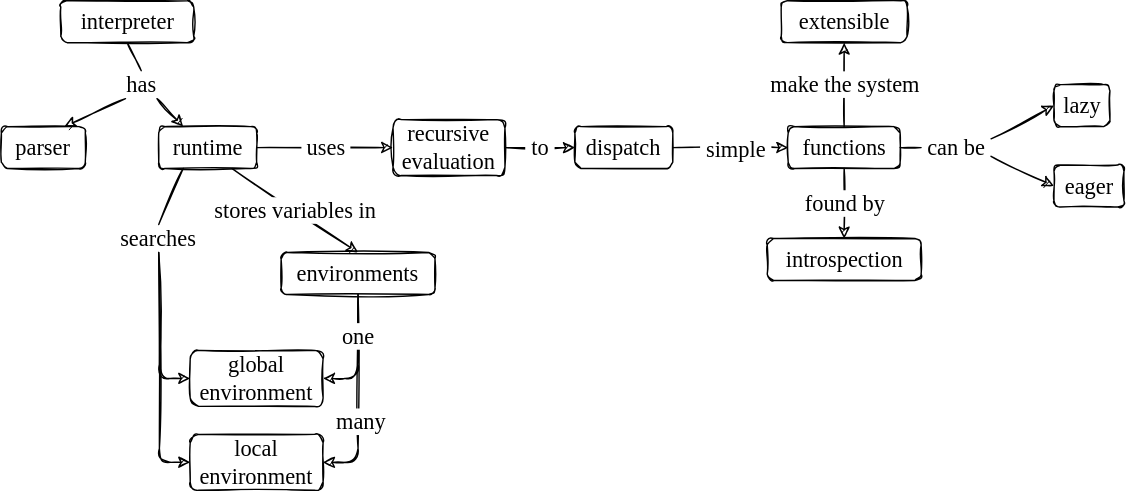
gvwilson/thirdbit keeps this draw.io diagram as sdxpy/interpreter/interpreter_concept_map.svg. Above is the earlier version. Source tidied: cells renumbered, new cells last; positions are measured from the earlier drawing's top-left corner, leaving out a move shared by most shapes.
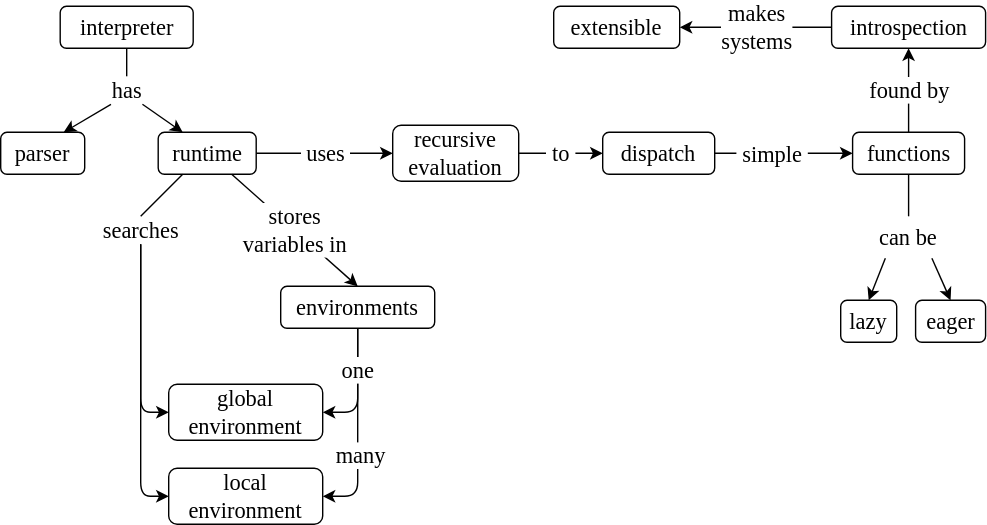
After the change.

Commit message:
Slides for interpreter chapter

The edit, as a diff of the source:
```diff
@@ -2,127 +2,127 @@
   <root>
     <mxCell id="0" />
     <mxCell id="1" parent="0" />
-    <mxCell id="2" value="parser" style="text;html=1;strokeColor=default;fillColor=none;align=center;verticalAlign=middle;whiteSpace=wrap;rounded=1;sketch=1;hachureGap=4;fontFamily=Comic Sans MS;fontSize=16;" parent="1" vertex="1">
-      <mxGeometry y="90" width="60" height="30" as="geometry" />
+    <mxCell id="2" value="parser" style="text;html=1;strokeColor=default;fillColor=none;align=center;verticalAlign=middle;whiteSpace=wrap;rounded=1;sketch=0;hachureGap=4;fontFamily=Verdana;fontSize=16;" parent="1" vertex="1">
+      <mxGeometry x="-100" y="30" width="60" height="30" as="geometry" />
     </mxCell>
-    <mxCell id="3" value="runtime" style="text;html=1;strokeColor=default;fillColor=none;align=center;verticalAlign=middle;whiteSpace=wrap;rounded=1;sketch=1;hachureGap=4;fontFamily=Comic Sans MS;fontSize=16;" parent="1" vertex="1">
-      <mxGeometry x="112.5" y="90" width="70" height="30" as="geometry" />
+    <mxCell id="3" value="runtime" style="text;html=1;strokeColor=default;fillColor=none;align=center;verticalAlign=middle;whiteSpace=wrap;rounded=1;sketch=0;hachureGap=4;fontFamily=Verdana;fontSize=16;" parent="1" vertex="1">
+      <mxGeometry x="12.5" y="30" width="70" height="30" as="geometry" />
     </mxCell>
-    <mxCell id="4" value="interpreter" style="text;html=1;strokeColor=default;fillColor=none;align=center;verticalAlign=middle;whiteSpace=wrap;rounded=1;sketch=1;hachureGap=4;fontFamily=Comic Sans MS;fontSize=16;" parent="1" vertex="1">
-      <mxGeometry x="42.5" width="95" height="30" as="geometry" />
+    <mxCell id="4" value="interpreter" style="text;html=1;strokeColor=default;fillColor=none;align=center;verticalAlign=middle;whiteSpace=wrap;rounded=1;sketch=0;hachureGap=4;fontFamily=Verdana;fontSize=16;" parent="1" vertex="1">
+      <mxGeometry x="-57.5" y="-60" width="95" height="30" as="geometry" />
     </mxCell>
-    <mxCell id="5" value="recursive evaluation" style="text;html=1;strokeColor=default;fillColor=none;align=center;verticalAlign=middle;whiteSpace=wrap;rounded=1;sketch=1;hachureGap=4;fontFamily=Comic Sans MS;fontSize=16;" parent="1" vertex="1">
-      <mxGeometry x="280" y="85" width="80" height="40" as="geometry" />
+    <mxCell id="5" value="recursive evaluation" style="text;html=1;strokeColor=default;fillColor=none;align=center;verticalAlign=middle;whiteSpace=wrap;rounded=1;sketch=0;hachureGap=4;fontFamily=Verdana;fontSize=16;" parent="1" vertex="1">
+      <mxGeometry x="180" y="25" width="90" height="40" as="geometry" />
     </mxCell>
-    <mxCell id="6" value="dispatch" style="text;html=1;strokeColor=default;fillColor=none;align=center;verticalAlign=middle;whiteSpace=wrap;rounded=1;sketch=1;hachureGap=4;fontFamily=Comic Sans MS;fontSize=16;" parent="1" vertex="1">
-      <mxGeometry x="410" y="90" width="70" height="30" as="geometry" />
+    <mxCell id="6" value="dispatch" style="text;html=1;strokeColor=default;fillColor=none;align=center;verticalAlign=middle;whiteSpace=wrap;rounded=1;sketch=0;hachureGap=4;fontFamily=Verdana;fontSize=16;" parent="1" vertex="1">
+      <mxGeometry x="330" y="30" width="80" height="30" as="geometry" />
     </mxCell>
-    <mxCell id="7" value="environments" style="text;html=1;strokeColor=default;fillColor=none;align=center;verticalAlign=middle;whiteSpace=wrap;rounded=1;sketch=1;hachureGap=4;fontFamily=Comic Sans MS;fontSize=16;" parent="1" vertex="1">
-      <mxGeometry x="200" y="180" width="110" height="30" as="geometry" />
+    <mxCell id="7" value="environments" style="text;html=1;strokeColor=default;fillColor=none;align=center;verticalAlign=middle;whiteSpace=wrap;rounded=1;sketch=0;hachureGap=4;fontFamily=Verdana;fontSize=16;" parent="1" vertex="1">
+      <mxGeometry x="100" y="140" width="110" height="30" as="geometry" />
     </mxCell>
-    <mxCell id="8" value="global environment" style="text;html=1;strokeColor=default;fillColor=none;align=center;verticalAlign=middle;whiteSpace=wrap;rounded=1;sketch=1;hachureGap=4;fontFamily=Comic Sans MS;fontSize=16;" parent="1" vertex="1">
-      <mxGeometry x="135" y="250" width="95" height="40" as="geometry" />
+    <mxCell id="8" value="global environment" style="text;html=1;strokeColor=default;fillColor=none;align=center;verticalAlign=middle;whiteSpace=wrap;rounded=1;sketch=0;hachureGap=4;fontFamily=Verdana;fontSize=16;" parent="1" vertex="1">
+      <mxGeometry x="20" y="210" width="110" height="40" as="geometry" />
     </mxCell>
-    <mxCell id="9" value="local environment" style="text;html=1;strokeColor=default;fillColor=none;align=center;verticalAlign=middle;whiteSpace=wrap;rounded=1;sketch=1;hachureGap=4;fontFamily=Comic Sans MS;fontSize=16;" parent="1" vertex="1">
-      <mxGeometry x="135" y="310" width="95" height="40" as="geometry" />
+    <mxCell id="9" value="local environment" style="text;html=1;strokeColor=default;fillColor=none;align=center;verticalAlign=middle;whiteSpace=wrap;rounded=1;sketch=0;hachureGap=4;fontFamily=Verdana;fontSize=16;" parent="1" vertex="1">
+      <mxGeometry x="20" y="270" width="110" height="40" as="geometry" />
     </mxCell>
-    <mxCell id="10" value="introspection" style="text;html=1;strokeColor=default;fillColor=none;align=center;verticalAlign=middle;whiteSpace=wrap;rounded=1;sketch=1;hachureGap=4;fontFamily=Comic Sans MS;fontSize=16;" parent="1" vertex="1">
-      <mxGeometry x="547.5" y="170" width="110" height="30" as="geometry" />
+    <mxCell id="10" value="introspection" style="text;html=1;strokeColor=default;fillColor=none;align=center;verticalAlign=middle;whiteSpace=wrap;rounded=1;sketch=0;hachureGap=4;fontFamily=Verdana;fontSize=16;" parent="1" vertex="1">
+      <mxGeometry x="493.5" y="-60" width="110" height="30" as="geometry" />
     </mxCell>
-    <mxCell id="11" value="functions" style="text;html=1;strokeColor=default;fillColor=none;align=center;verticalAlign=middle;whiteSpace=wrap;rounded=1;sketch=1;hachureGap=4;fontFamily=Comic Sans MS;fontSize=16;" parent="1" vertex="1">
-      <mxGeometry x="562.5" y="90" width="80" height="30" as="geometry" />
+    <mxCell id="11" value="functions" style="text;html=1;strokeColor=default;fillColor=none;align=center;verticalAlign=middle;whiteSpace=wrap;rounded=1;sketch=0;hachureGap=4;fontFamily=Verdana;fontSize=16;" parent="1" vertex="1">
+      <mxGeometry x="508.5" y="30" width="80" height="30" as="geometry" />
     </mxCell>
-    <mxCell id="12" value="lazy" style="text;html=1;strokeColor=default;fillColor=none;align=center;verticalAlign=middle;whiteSpace=wrap;rounded=1;sketch=1;hachureGap=4;fontFamily=Comic Sans MS;fontSize=16;" parent="1" vertex="1">
-      <mxGeometry x="752.5" y="60" width="40" height="30" as="geometry" />
+    <mxCell id="12" value="lazy" style="text;html=1;strokeColor=default;fillColor=none;align=center;verticalAlign=middle;whiteSpace=wrap;rounded=1;sketch=0;hachureGap=4;fontFamily=Verdana;fontSize=16;" parent="1" vertex="1">
+      <mxGeometry x="500" y="150" width="40" height="30" as="geometry" />
     </mxCell>
-    <mxCell id="13" value="eager" style="text;html=1;strokeColor=default;fillColor=none;align=center;verticalAlign=middle;whiteSpace=wrap;rounded=1;sketch=1;hachureGap=4;fontFamily=Comic Sans MS;fontSize=16;" parent="1" vertex="1">
-      <mxGeometry x="752.5" y="117.5" width="50" height="30" as="geometry" />
+    <mxCell id="13" value="eager" style="text;html=1;strokeColor=default;fillColor=none;align=center;verticalAlign=middle;whiteSpace=wrap;rounded=1;sketch=0;hachureGap=4;fontFamily=Verdana;fontSize=16;" parent="1" vertex="1">
+      <mxGeometry x="553.5" y="150" width="50" height="30" as="geometry" />
     </mxCell>
-    <mxCell id="14" value="extensible" style="text;html=1;strokeColor=default;fillColor=none;align=center;verticalAlign=middle;whiteSpace=wrap;rounded=1;sketch=1;hachureGap=4;fontFamily=Comic Sans MS;fontSize=16;" parent="1" vertex="1">
-      <mxGeometry x="557.5" width="90" height="30" as="geometry" />
+    <mxCell id="14" value="extensible" style="text;html=1;strokeColor=default;fillColor=none;align=center;verticalAlign=middle;whiteSpace=wrap;rounded=1;sketch=0;hachureGap=4;fontFamily=Verdana;fontSize=16;" parent="1" vertex="1">
+      <mxGeometry x="295" y="-60" width="90" height="30" as="geometry" />
     </mxCell>
-    <mxCell id="15" value="has" style="text;html=1;strokeColor=none;fillColor=none;align=center;verticalAlign=middle;whiteSpace=wrap;rounded=0;sketch=1;hachureGap=4;fontFamily=Comic Sans MS;fontSize=16;" parent="1" vertex="1">
-      <mxGeometry x="77.5" y="50" width="45" height="20" as="geometry" />
+    <mxCell id="15" value="has" style="text;html=1;strokeColor=none;fillColor=none;align=center;verticalAlign=middle;whiteSpace=wrap;rounded=0;sketch=1;hachureGap=4;fontFamily=Verdana;fontSize=16;" parent="1" vertex="1">
+      <mxGeometry x="-32.5" y="-10" width="45" height="20" as="geometry" />
     </mxCell>
-    <mxCell id="16" style="endArrow=none;html=1;rounded=1;sketch=1;hachureGap=4;fontFamily=Comic Sans MS;fontSize=16;sourcePerimeterSpacing=8;targetPerimeterSpacing=8;entryX=0.5;entryY=1;entryDx=0;entryDy=0;exitX=0.5;exitY=0;exitDx=0;exitDy=0;" parent="1" edge="1" source="15" target="4">
+    <mxCell id="16" style="endArrow=none;html=1;rounded=1;sketch=0;hachureGap=4;fontFamily=Verdana;fontSize=16;sourcePerimeterSpacing=8;targetPerimeterSpacing=8;entryX=0.5;entryY=1;entryDx=0;entryDy=0;exitX=0.5;exitY=0;exitDx=0;exitDy=0;" parent="1" edge="1" source="15" target="4">
       <mxGeometry relative="1" as="geometry" />
     </mxCell>
-    <mxCell id="17" style="endArrow=classic;html=1;rounded=1;sketch=1;hachureGap=4;fontFamily=Comic Sans MS;fontSize=16;sourcePerimeterSpacing=8;targetPerimeterSpacing=8;exitX=0.25;exitY=1;exitDx=0;exitDy=0;entryX=0.75;entryY=0;entryDx=0;entryDy=0;" parent="1" edge="1" source="15" target="2">
+    <mxCell id="17" style="endArrow=classic;html=1;rounded=1;sketch=0;hachureGap=4;fontFamily=Verdana;fontSize=16;sourcePerimeterSpacing=8;targetPerimeterSpacing=8;exitX=0.25;exitY=1;exitDx=0;exitDy=0;entryX=0.75;entryY=0;entryDx=0;entryDy=0;" parent="1" edge="1" source="15" target="2">
       <mxGeometry relative="1" as="geometry" />
     </mxCell>
-    <mxCell id="18" style="endArrow=classic;html=1;rounded=1;sketch=1;hachureGap=4;fontFamily=Comic Sans MS;fontSize=16;sourcePerimeterSpacing=8;targetPerimeterSpacing=8;entryX=0.25;entryY=0;entryDx=0;entryDy=0;exitX=0.75;exitY=1;exitDx=0;exitDy=0;" parent="1" edge="1" source="15" target="3">
+    <mxCell id="18" style="endArrow=classic;html=1;rounded=1;sketch=0;hachureGap=4;fontFamily=Verdana;fontSize=16;sourcePerimeterSpacing=8;targetPerimeterSpacing=8;entryX=0.25;entryY=0;entryDx=0;entryDy=0;exitX=0.75;exitY=1;exitDx=0;exitDy=0;" parent="1" edge="1" source="15" target="3">
       <mxGeometry relative="1" as="geometry" />
     </mxCell>
-    <mxCell id="19" value="&amp;nbsp;uses&amp;nbsp;" style="endArrow=classic;html=1;rounded=1;sketch=1;hachureGap=4;fontFamily=Comic Sans MS;fontSize=16;sourcePerimeterSpacing=8;targetPerimeterSpacing=8;exitX=1;exitY=0.5;exitDx=0;exitDy=0;entryX=0;entryY=0.5;entryDx=0;entryDy=0;" parent="1" edge="1" source="3" target="5">
+    <mxCell id="19" value="&amp;nbsp;uses&amp;nbsp;" style="endArrow=classic;html=1;rounded=1;sketch=0;hachureGap=4;fontFamily=Verdana;fontSize=16;sourcePerimeterSpacing=8;targetPerimeterSpacing=8;exitX=1;exitY=0.5;exitDx=0;exitDy=0;entryX=0;entryY=0.5;entryDx=0;entryDy=0;" parent="1" edge="1" source="3" target="5">
       <mxGeometry relative="1" as="geometry" />
     </mxCell>
-    <mxCell id="20" value="stores variables in" style="endArrow=classic;html=1;rounded=1;sketch=1;hachureGap=4;fontFamily=Comic Sans MS;fontSize=16;sourcePerimeterSpacing=8;targetPerimeterSpacing=8;exitX=0.75;exitY=1;exitDx=0;exitDy=0;entryX=0.5;entryY=0;entryDx=0;entryDy=0;" parent="1" edge="1" source="3" target="7">
+    <mxCell id="20" value="stores&lt;br&gt;variables in" style="endArrow=classic;html=1;rounded=1;sketch=0;hachureGap=4;fontFamily=Verdana;fontSize=16;sourcePerimeterSpacing=8;targetPerimeterSpacing=8;exitX=0.75;exitY=1;exitDx=0;exitDy=0;entryX=0.5;entryY=0;entryDx=0;entryDy=0;" parent="1" edge="1" source="3" target="7">
       <mxGeometry relative="1" as="geometry" />
     </mxCell>
-    <mxCell id="21" value="can be" style="text;html=1;strokeColor=none;fillColor=none;align=center;verticalAlign=middle;whiteSpace=wrap;rounded=0;sketch=1;hachureGap=4;fontFamily=Comic Sans MS;fontSize=16;" parent="1" vertex="1">
-      <mxGeometry x="657.5" y="92.5" width="50" height="25" as="geometry" />
+    <mxCell id="21" value="can be" style="text;html=1;strokeColor=none;fillColor=none;align=center;verticalAlign=middle;whiteSpace=wrap;rounded=0;sketch=1;hachureGap=4;fontFamily=Verdana;fontSize=16;" parent="1" vertex="1">
+      <mxGeometry x="515.2" y="90" width="66.5" height="30" as="geometry" />
     </mxCell>
-    <mxCell id="22" style="endArrow=classic;html=1;rounded=1;sketch=1;hachureGap=4;fontFamily=Comic Sans MS;fontSize=16;sourcePerimeterSpacing=8;targetPerimeterSpacing=8;entryX=0;entryY=0.5;entryDx=0;entryDy=0;exitX=1;exitY=0.25;exitDx=0;exitDy=0;" parent="1" edge="1" source="21" target="12">
+    <mxCell id="22" style="endArrow=classic;html=1;rounded=1;sketch=0;hachureGap=4;fontFamily=Verdana;fontSize=16;sourcePerimeterSpacing=8;targetPerimeterSpacing=8;entryX=0.5;entryY=0;entryDx=0;entryDy=0;exitX=0.25;exitY=1;exitDx=0;exitDy=0;" parent="1" edge="1" source="21" target="12">
       <mxGeometry relative="1" as="geometry" />
     </mxCell>
-    <mxCell id="23" style="endArrow=classic;html=1;rounded=1;sketch=1;hachureGap=4;fontFamily=Comic Sans MS;fontSize=16;sourcePerimeterSpacing=8;targetPerimeterSpacing=8;entryX=0;entryY=0.5;entryDx=0;entryDy=0;exitX=1;exitY=0.75;exitDx=0;exitDy=0;" parent="1" edge="1" source="21" target="13">
+    <mxCell id="23" style="endArrow=classic;html=1;rounded=1;sketch=0;hachureGap=4;fontFamily=Verdana;fontSize=16;sourcePerimeterSpacing=8;targetPerimeterSpacing=8;entryX=0.5;entryY=0;entryDx=0;entryDy=0;exitX=0.75;exitY=1;exitDx=0;exitDy=0;" parent="1" edge="1" source="21" target="13">
       <mxGeometry relative="1" as="geometry" />
     </mxCell>
-    <mxCell id="24" value="found by" style="endArrow=classic;html=1;rounded=1;sketch=1;hachureGap=4;fontFamily=Comic Sans MS;fontSize=16;sourcePerimeterSpacing=8;targetPerimeterSpacing=8;exitX=0.5;exitY=1;exitDx=0;exitDy=0;entryX=0.5;entryY=0;entryDx=0;entryDy=0;" parent="1" edge="1" source="11" target="10">
+    <mxCell id="24" value="found by" style="endArrow=classic;html=1;rounded=1;sketch=0;hachureGap=4;fontFamily=Verdana;fontSize=16;sourcePerimeterSpacing=8;targetPerimeterSpacing=8;exitX=0.5;exitY=0;exitDx=0;exitDy=0;entryX=0.5;entryY=1;entryDx=0;entryDy=0;" parent="1" edge="1" source="11" target="10">
       <mxGeometry relative="1" as="geometry" />
     </mxCell>
-    <mxCell id="25" value="searches" style="text;html=1;strokeColor=none;fillColor=none;align=center;verticalAlign=middle;whiteSpace=wrap;rounded=0;sketch=1;hachureGap=4;fontFamily=Comic Sans MS;fontSize=16;" parent="1" vertex="1">
-      <mxGeometry x="80" y="160" width="65" height="20" as="geometry" />
+    <mxCell id="25" value="searches" style="text;html=1;strokeColor=none;fillColor=none;align=center;verticalAlign=middle;whiteSpace=wrap;rounded=0;sketch=1;hachureGap=4;fontFamily=Verdana;fontSize=16;" parent="1" vertex="1">
+      <mxGeometry x="-32.5" y="90" width="65" height="20" as="geometry" />
     </mxCell>
-    <mxCell id="26" style="endArrow=none;html=1;rounded=1;sketch=1;hachureGap=4;fontFamily=Comic Sans MS;fontSize=16;sourcePerimeterSpacing=8;targetPerimeterSpacing=8;entryX=0.25;entryY=1;entryDx=0;entryDy=0;exitX=0.5;exitY=0;exitDx=0;exitDy=0;" parent="1" edge="1" source="25" target="3">
+    <mxCell id="26" style="endArrow=none;html=1;rounded=1;sketch=0;hachureGap=4;fontFamily=Verdana;fontSize=16;sourcePerimeterSpacing=8;targetPerimeterSpacing=8;entryX=0.25;entryY=1;entryDx=0;entryDy=0;exitX=0.5;exitY=0;exitDx=0;exitDy=0;" parent="1" edge="1" source="25" target="3">
       <mxGeometry relative="1" as="geometry" />
     </mxCell>
-    <mxCell id="27" style="endArrow=classic;html=1;rounded=1;sketch=1;hachureGap=4;fontFamily=Comic Sans MS;fontSize=16;sourcePerimeterSpacing=8;targetPerimeterSpacing=8;entryX=0;entryY=0.5;entryDx=0;entryDy=0;exitX=0.5;exitY=1;exitDx=0;exitDy=0;" parent="1" edge="1" source="25" target="8">
+    <mxCell id="27" style="endArrow=classic;html=1;rounded=1;sketch=0;hachureGap=4;fontFamily=Verdana;fontSize=16;sourcePerimeterSpacing=8;targetPerimeterSpacing=8;entryX=0;entryY=0.5;entryDx=0;entryDy=0;exitX=0.5;exitY=1;exitDx=0;exitDy=0;" parent="1" edge="1" source="25" target="8">
       <mxGeometry relative="1" as="geometry">
         <Array as="points">
-          <mxPoint x="113" y="270" />
+          <mxPoint y="230" />
         </Array>
       </mxGeometry>
     </mxCell>
-    <mxCell id="28" style="endArrow=classic;html=1;rounded=1;sketch=1;hachureGap=4;fontFamily=Comic Sans MS;fontSize=16;sourcePerimeterSpacing=8;targetPerimeterSpacing=8;exitX=0.5;exitY=1;exitDx=0;exitDy=0;entryX=0;entryY=0.5;entryDx=0;entryDy=0;" parent="1" edge="1" source="25" target="9">
+    <mxCell id="28" style="endArrow=classic;html=1;rounded=1;sketch=0;hachureGap=4;fontFamily=Verdana;fontSize=16;sourcePerimeterSpacing=8;targetPerimeterSpacing=8;exitX=0.5;exitY=1;exitDx=0;exitDy=0;entryX=0;entryY=0.5;entryDx=0;entryDy=0;" parent="1" edge="1" source="25" target="9">
       <mxGeometry relative="1" as="geometry">
         <Array as="points">
-          <mxPoint x="113" y="330" />
+          <mxPoint y="290" />
         </Array>
       </mxGeometry>
     </mxCell>
-    <mxCell id="29" style="endArrow=classic;html=1;rounded=1;sketch=1;hachureGap=4;fontFamily=Comic Sans MS;fontSize=16;sourcePerimeterSpacing=8;targetPerimeterSpacing=8;exitX=0.5;exitY=1;exitDx=0;exitDy=0;entryX=1;entryY=0.5;entryDx=0;entryDy=0;" parent="1" edge="1" source="7" target="9">
+    <mxCell id="29" style="endArrow=classic;html=1;rounded=1;sketch=0;hachureGap=4;fontFamily=Verdana;fontSize=16;sourcePerimeterSpacing=8;targetPerimeterSpacing=8;exitX=0.5;exitY=1;exitDx=0;exitDy=0;entryX=1;entryY=0.5;entryDx=0;entryDy=0;" parent="1" edge="1" source="7" target="9">
       <mxGeometry relative="1" as="geometry">
         <Array as="points">
-          <mxPoint x="255" y="330" />
+          <mxPoint x="155" y="290" />
         </Array>
       </mxGeometry>
     </mxCell>
-    <mxCell id="30" value="many" style="edgeLabel;html=1;align=center;verticalAlign=middle;fontSize=16;fontFamily=Comic Sans MS;" parent="29" vertex="1">
+    <mxCell id="30" value="many" style="edgeLabel;html=1;align=center;verticalAlign=middle;fontSize=16;fontFamily=Verdana;" parent="29" vertex="1">
       <mxGeometry x="0.24" y="1" relative="1" as="geometry" />
     </mxCell>
-    <mxCell id="31" value="one" style="endArrow=classic;html=1;rounded=1;sketch=1;hachureGap=4;fontFamily=Comic Sans MS;fontSize=16;sourcePerimeterSpacing=8;targetPerimeterSpacing=8;entryX=1;entryY=0.5;entryDx=0;entryDy=0;exitX=0.5;exitY=1;exitDx=0;exitDy=0;" parent="1" edge="1" source="7" target="8">
+    <mxCell id="31" value="one" style="endArrow=classic;html=1;rounded=1;sketch=0;hachureGap=4;fontFamily=Verdana;fontSize=16;sourcePerimeterSpacing=8;targetPerimeterSpacing=8;entryX=1;entryY=0.5;entryDx=0;entryDy=0;exitX=0.5;exitY=1;exitDx=0;exitDy=0;" parent="1" edge="1" source="7" target="8">
       <mxGeometry x="-0.29" relative="1" as="geometry">
         <Array as="points">
-          <mxPoint x="255" y="270" />
+          <mxPoint x="155" y="230" />
         </Array>
       </mxGeometry>
     </mxCell>
-    <mxCell id="32" value="&amp;nbsp;to&amp;nbsp;" style="endArrow=classic;html=1;rounded=1;sketch=1;hachureGap=4;fontFamily=Comic Sans MS;fontSize=16;sourcePerimeterSpacing=8;targetPerimeterSpacing=8;exitX=1;exitY=0.5;exitDx=0;exitDy=0;entryX=0;entryY=0.5;entryDx=0;entryDy=0;" parent="1" edge="1" source="5" target="6">
+    <mxCell id="32" value="&amp;nbsp;to&amp;nbsp;" style="endArrow=classic;html=1;rounded=1;sketch=0;hachureGap=4;fontFamily=Verdana;fontSize=16;sourcePerimeterSpacing=8;targetPerimeterSpacing=8;exitX=1;exitY=0.5;exitDx=0;exitDy=0;entryX=0;entryY=0.5;entryDx=0;entryDy=0;" parent="1" edge="1" source="5" target="6">
       <mxGeometry relative="1" as="geometry" />
     </mxCell>
-    <mxCell id="33" style="endArrow=none;html=1;rounded=1;sketch=1;hachureGap=4;fontFamily=Comic Sans MS;fontSize=16;sourcePerimeterSpacing=8;targetPerimeterSpacing=8;entryX=0;entryY=0.5;entryDx=0;entryDy=0;exitX=1;exitY=0.5;exitDx=0;exitDy=0;" parent="1" edge="1" source="11" target="21">
+    <mxCell id="33" style="endArrow=none;html=1;rounded=1;sketch=0;hachureGap=4;fontFamily=Verdana;fontSize=16;sourcePerimeterSpacing=8;targetPerimeterSpacing=8;entryX=0.5;entryY=0;entryDx=0;entryDy=0;exitX=0.5;exitY=1;exitDx=0;exitDy=0;" parent="1" edge="1" source="11" target="21">
       <mxGeometry relative="1" as="geometry" />
     </mxCell>
-    <mxCell id="34" style="endArrow=classic;html=1;rounded=1;sketch=1;hachureGap=4;fontFamily=Comic Sans MS;fontSize=16;sourcePerimeterSpacing=8;targetPerimeterSpacing=8;entryX=0;entryY=0.5;entryDx=0;entryDy=0;exitX=1;exitY=0.5;exitDx=0;exitDy=0;" parent="1" edge="1" source="6" target="11">
+    <mxCell id="34" style="endArrow=classic;html=1;rounded=1;sketch=0;hachureGap=4;fontFamily=Verdana;fontSize=16;sourcePerimeterSpacing=8;targetPerimeterSpacing=8;entryX=0;entryY=0.5;entryDx=0;entryDy=0;exitX=1;exitY=0.5;exitDx=0;exitDy=0;" parent="1" edge="1" source="6" target="11">
       <mxGeometry relative="1" as="geometry" />
     </mxCell>
-    <mxCell id="35" value="&amp;nbsp;simple&amp;nbsp;" style="edgeLabel;html=1;align=center;verticalAlign=middle;fontSize=16;fontFamily=Comic Sans MS;" parent="34" vertex="1">
+    <mxCell id="35" value="&amp;nbsp;simple&amp;nbsp;" style="edgeLabel;html=1;align=center;verticalAlign=middle;fontSize=16;fontFamily=Verdana;" parent="34" vertex="1">
       <mxGeometry x="0.04" y="2" relative="1" as="geometry">
-        <mxPoint x="1" y="2" as="offset" />
+        <mxPoint x="-11" y="2" as="offset" />
       </mxGeometry>
     </mxCell>
-    <mxCell id="36" value="make the system" style="endArrow=classic;html=1;rounded=1;sketch=1;hachureGap=4;fontFamily=Comic Sans MS;fontSize=16;sourcePerimeterSpacing=8;targetPerimeterSpacing=8;entryX=0.5;entryY=1;entryDx=0;entryDy=0;exitX=0.5;exitY=0;exitDx=0;exitDy=0;" parent="1" edge="1" source="11" target="14">
+    <mxCell id="36" value="makes&lt;br&gt;systems" style="endArrow=classic;html=1;rounded=1;sketch=0;hachureGap=4;fontFamily=Verdana;fontSize=16;sourcePerimeterSpacing=8;targetPerimeterSpacing=8;entryX=1;entryY=0.5;entryDx=0;entryDy=0;exitX=0;exitY=0.5;exitDx=0;exitDy=0;" parent="1" edge="1" source="10" target="14">
       <mxGeometry relative="1" as="geometry" />
     </mxCell>
   </root>
```
